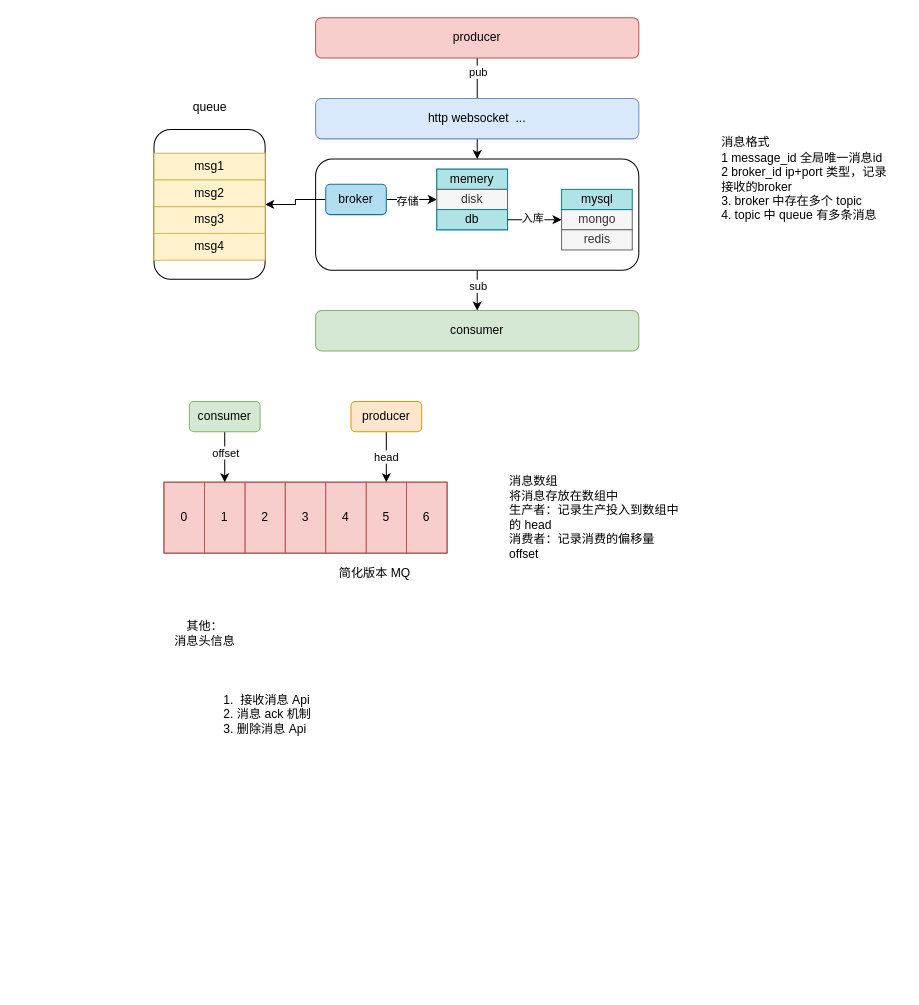
This is jihe/mq/ck-mq.drawio from oliverschen/draw.io, a draw.io file, before an edit. Source tidied: cells renumbered, new cells numbered last; positions are measured from the earlier drawing's top-left corner, leaving out a move shared by most shapes. Both pictures are drawn from the tidied source at 101%, with x=0, y=0 at pixel (143, 17).
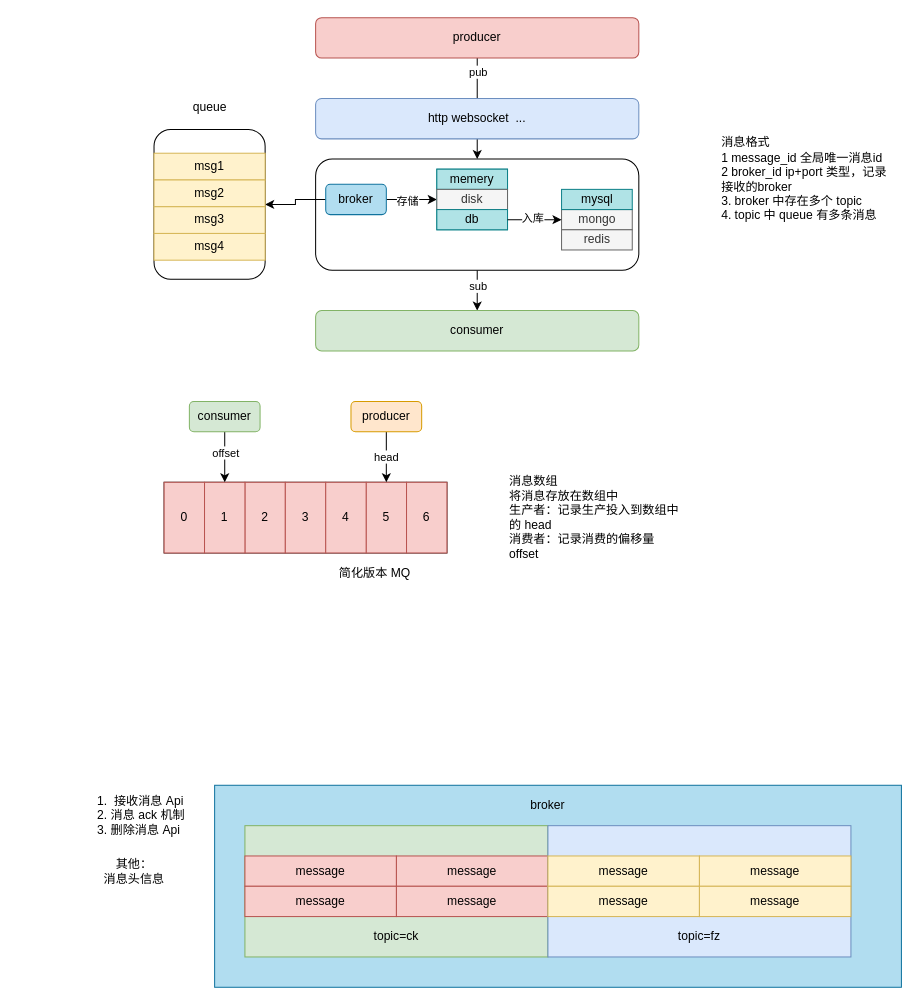
The same page after the edit.

Commit message:
broker 结构图

Change to the diagram source:
```diff
@@
+    <mxCell id="49" style="rounded=0;whiteSpace=wrap;html=1;fillColor=#b1ddf0;strokeColor=#10739e;" parent="1" vertex="1">
+      <mxGeometry x="70" y="760" width="680" height="200" as="geometry" />
+    </mxCell>
@@
     <mxCell id="47" value="&lt;div style=&quot;text-align: left&quot;&gt;&lt;span&gt;1.&amp;nbsp; 接收消息&amp;nbsp;Api&lt;/span&gt;&lt;/div&gt;&lt;div style=&quot;text-align: left&quot;&gt;&lt;span&gt;2.&amp;nbsp;消息&amp;nbsp;ack&amp;nbsp;机制&lt;/span&gt;&lt;/div&gt;&lt;div style=&quot;text-align: left&quot;&gt;&lt;span&gt;3.&amp;nbsp;删除消息&amp;nbsp;Api&lt;/span&gt;&lt;/div&gt;" style="text;html=1;strokeColor=none;fillColor=none;align=center;verticalAlign=middle;whiteSpace=wrap;rounded=0;" parent="1" vertex="1">
-      <mxGeometry y="670" width="245" height="40" as="geometry" />
+      <mxGeometry x="-125" y="770" width="245" height="40" as="geometry" />
     </mxCell>
     <mxCell id="48" value="其他：&lt;br&gt;消息头信息" style="text;html=1;align=center;verticalAlign=middle;" parent="1" vertex="1">
-      <mxGeometry x="20" y="595" width="80" height="30" as="geometry" />
+      <mxGeometry x="-50" y="830" width="80" height="30" as="geometry" />
     </mxCell>
+    <mxCell id="50" style="rounded=0;whiteSpace=wrap;html=1;fillColor=#d5e8d4;strokeColor=#82b366;" parent="1" vertex="1">
+      <mxGeometry x="100" y="800" width="300" height="130" as="geometry" />
+    </mxCell>
+    <mxCell id="51" value="topic=ck" style="text;html=1;strokeColor=none;fillColor=none;align=center;verticalAlign=middle;whiteSpace=wrap;rounded=0;" parent="1" vertex="1">
+      <mxGeometry x="230" y="900" width="40" height="20" as="geometry" />
+    </mxCell>
+    <mxCell id="52" value="message" style="rounded=0;whiteSpace=wrap;html=1;fillColor=#f8cecc;strokeColor=#b85450;" parent="1" vertex="1">
+      <mxGeometry x="100" y="830" width="150" height="30" as="geometry" />
+    </mxCell>
+    <mxCell id="53" value="message" style="rounded=0;whiteSpace=wrap;html=1;fillColor=#f8cecc;strokeColor=#b85450;" parent="1" vertex="1">
+      <mxGeometry x="100" y="860" width="150" height="30" as="geometry" />
+    </mxCell>
+    <mxCell id="54" value="message" style="rounded=0;whiteSpace=wrap;html=1;fillColor=#f8cecc;strokeColor=#b85450;" parent="1" vertex="1">
+      <mxGeometry x="250" y="830" width="150" height="30" as="geometry" />
+    </mxCell>
+    <mxCell id="55" value="message" style="rounded=0;whiteSpace=wrap;html=1;fillColor=#f8cecc;strokeColor=#b85450;" parent="1" vertex="1">
+      <mxGeometry x="250" y="860" width="150" height="30" as="geometry" />
+    </mxCell>
+    <mxCell id="56" style="rounded=0;whiteSpace=wrap;html=1;fillColor=#dae8fc;strokeColor=#6c8ebf;" parent="1" vertex="1">
+      <mxGeometry x="400" y="800" width="300" height="130" as="geometry" />
+    </mxCell>
+    <mxCell id="57" value="topic=fz" style="text;html=1;strokeColor=none;fillColor=none;align=center;verticalAlign=middle;whiteSpace=wrap;rounded=0;" parent="1" vertex="1">
+      <mxGeometry x="530" y="900" width="40" height="20" as="geometry" />
+    </mxCell>
+    <mxCell id="58" value="message" style="rounded=0;whiteSpace=wrap;html=1;fillColor=#fff2cc;strokeColor=#d6b656;" parent="1" vertex="1">
+      <mxGeometry x="400" y="830" width="150" height="30" as="geometry" />
+    </mxCell>
+    <mxCell id="59" value="message" style="rounded=0;whiteSpace=wrap;html=1;fillColor=#fff2cc;strokeColor=#d6b656;" parent="1" vertex="1">
+      <mxGeometry x="400" y="860" width="150" height="30" as="geometry" />
+    </mxCell>
+    <mxCell id="60" value="message" style="rounded=0;whiteSpace=wrap;html=1;fillColor=#fff2cc;strokeColor=#d6b656;" parent="1" vertex="1">
+      <mxGeometry x="550" y="830" width="150" height="30" as="geometry" />
+    </mxCell>
+    <mxCell id="61" value="message" style="rounded=0;whiteSpace=wrap;html=1;fillColor=#fff2cc;strokeColor=#d6b656;" parent="1" vertex="1">
+      <mxGeometry x="550" y="860" width="150" height="30" as="geometry" />
+    </mxCell>
+    <mxCell id="62" value="broker" style="text;html=1;strokeColor=none;fillColor=none;align=center;verticalAlign=middle;whiteSpace=wrap;rounded=0;" parent="1" vertex="1">
+      <mxGeometry x="380" y="770" width="40" height="20" as="geometry" />
+    </mxCell>
```
